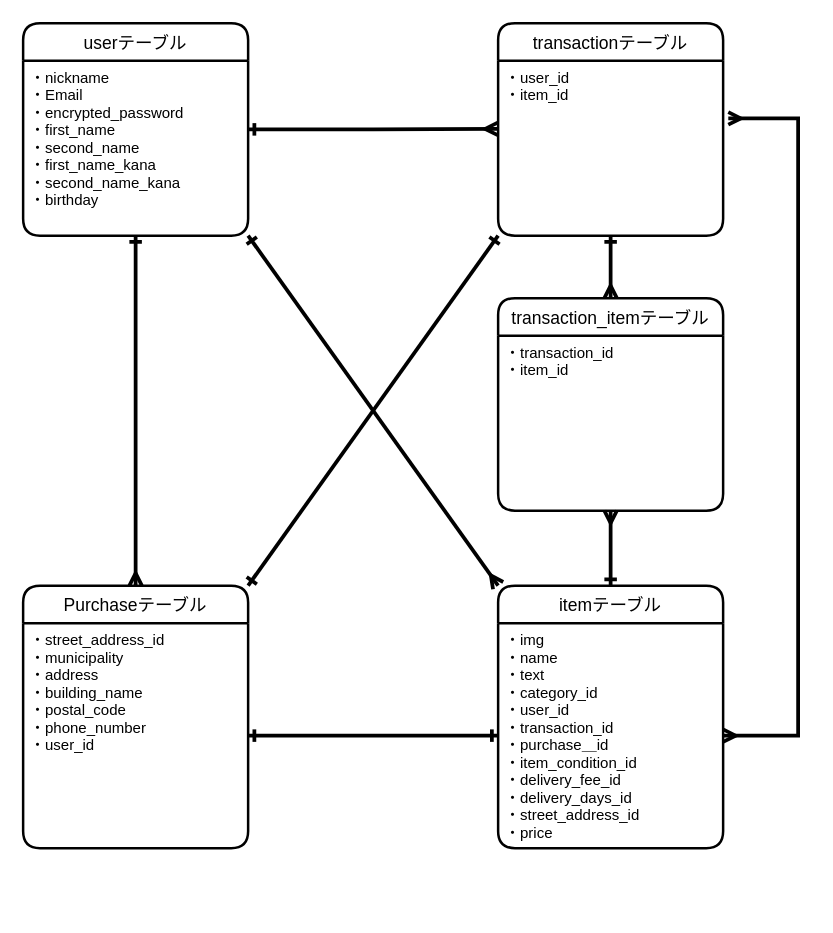
Above: app/controllers/test.dio in fisher1031/furima-34833 (draw.io), before the change. Source tidied: cells renumbered, new cells numbered last; positions are measured from the earlier drawing's top-left corner, leaving out a move shared by most shapes. Both pictures are drawn from the tidied source at 125%, with x=0, y=0 at pixel (22, 22).
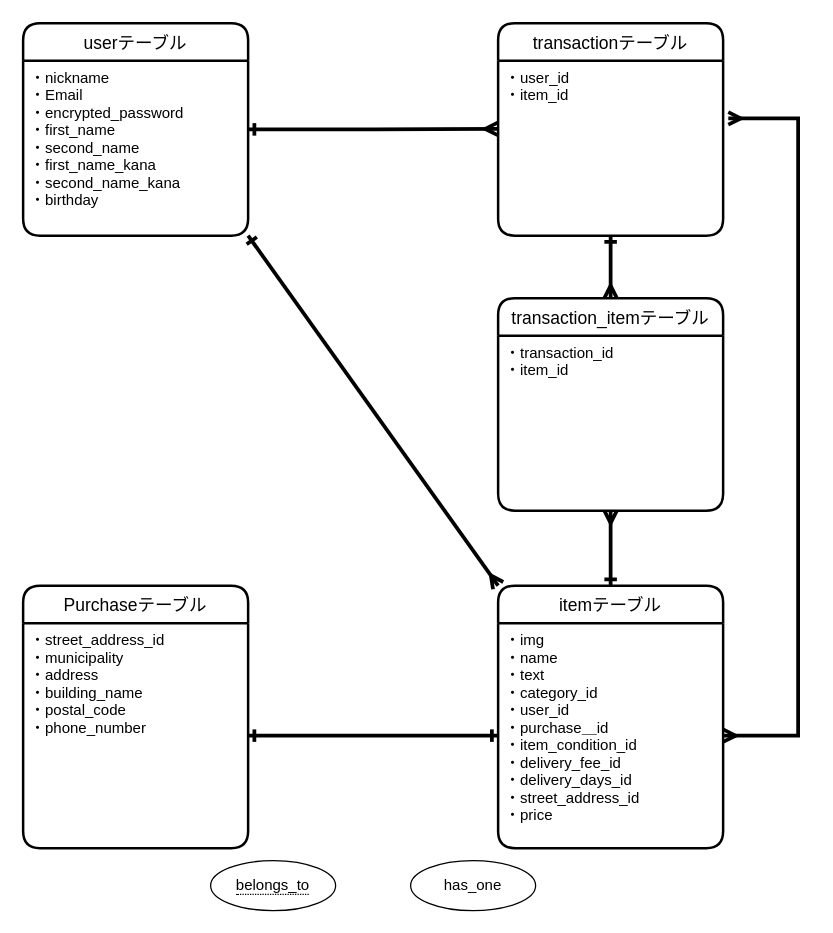
After the change.

Commit message (it also covers changes not shown here):
READMEの再再修正

Unchanged cells that the change refers to:
```xml
<mxCell id="2" value="itemテーブル" style="swimlane;horizontal=1;startSize=30;rounded=1;fontSize=14;fontStyle=0;strokeWidth=2;shadow=0;dashed=0;align=center;" parent="1" vertex="1">
  <mxGeometry x="380" y="450" width="180" height="210" as="geometry" />
</mxCell>
<mxCell id="5" value="Purchaseテーブル" style="swimlane;horizontal=1;startSize=30;rounded=1;fontSize=14;fontStyle=0;strokeWidth=2;shadow=0;dashed=0;align=center;" parent="1" vertex="1">
  <mxGeometry y="450" width="180" height="210" as="geometry" />
</mxCell>
<mxCell id="8" value="・user_id&#10;・item_id" style="align=left;strokeColor=none;fillColor=none;spacingLeft=4;fontSize=12;verticalAlign=top;" parent="7" vertex="1">
  <mxGeometry y="30" width="180" height="140" as="geometry" />
</mxCell>
<mxCell id="12" value="・nickname&#10;・Email&#10;・encrypted_password&#10;・first_name&#10;・second_name&#10;・first_name_kana&#10;・second_name_kana&#10;・birthday" style="align=left;strokeColor=none;fillColor=none;spacingLeft=4;fontSize=12;verticalAlign=top;" parent="11" vertex="1">
  <mxGeometry y="30" width="180" height="140" as="geometry" />
</mxCell>
```

Diff of the diagram source:
```diff
@@
-    <mxCell id="3" value="・img&#10;・name&#10;・text&#10;・category_id&#10;・user_id&#10;・transaction_id&#10;・purchase＿id&#10;・item_condition_id&#10;・delivery_fee_id&#10;・delivery_days_id&#10;・street_address_id&#10;・price" style="align=left;strokeColor=none;fillColor=none;spacingLeft=4;fontSize=12;verticalAlign=top;" parent="2" vertex="1">
+    <mxCell id="3" value="・img&#10;・name&#10;・text&#10;・category_id&#10;・user_id&#10;・purchase＿id&#10;・item_condition_id&#10;・delivery_fee_id&#10;・delivery_days_id&#10;・street_address_id&#10;・price" style="align=left;strokeColor=none;fillColor=none;spacingLeft=4;fontSize=12;verticalAlign=top;" parent="2" vertex="1">
       <mxGeometry y="30" width="180" height="180" as="geometry" />
     </mxCell>
-    <mxCell id="4" style="edgeStyle=none;rounded=0;jettySize=auto;html=1;exitX=1;exitY=0;exitDx=0;exitDy=0;entryX=0;entryY=1;entryDx=0;entryDy=0;startArrow=ERone;startFill=0;endArrow=ERone;endFill=0;strokeWidth=3;" parent="1" edge="1" source="5" target="8">
-      <mxGeometry relative="1" as="geometry" />
-    </mxCell>
@@
-    <mxCell id="6" value="・street_address_id&#10;・municipality&#10;・address&#10;・building_name&#10;・postal_code &#10;・phone_number &#10;・user_id" style="align=left;strokeColor=none;fillColor=none;spacingLeft=4;fontSize=12;verticalAlign=top;" parent="5" vertex="1">
+    <mxCell id="6" value="・street_address_id&#10;・municipality&#10;・address&#10;・building_name&#10;・postal_code &#10;・phone_number " style="align=left;strokeColor=none;fillColor=none;spacingLeft=4;fontSize=12;verticalAlign=top;" parent="5" vertex="1">
       <mxGeometry y="30" width="180" height="180" as="geometry" />
     </mxCell>
@@
-    <mxCell id="13" style="edgeStyle=orthogonalEdgeStyle;rounded=0;jettySize=auto;html=1;entryX=0.5;entryY=0;entryDx=0;entryDy=0;startArrow=ERone;startFill=0;endArrow=ERmany;endFill=0;strokeWidth=3;" parent="1" edge="1" source="12" target="5">
-      <mxGeometry relative="1" as="geometry" />
-    </mxCell>
@@
+    <mxCell id="20" value="has_one" style="ellipse;whiteSpace=wrap;html=1;align=center;" parent="1" vertex="1">
+      <mxGeometry x="310" y="670" width="100" height="40" as="geometry" />
+    </mxCell>
+    <mxCell id="21" value="&lt;span style=&quot;border-bottom: 1px dotted&quot;&gt;belongs_to&lt;/span&gt;" style="ellipse;whiteSpace=wrap;html=1;align=center;" parent="1" vertex="1">
+      <mxGeometry x="150" y="670" width="100" height="40" as="geometry" />
+    </mxCell>
```
